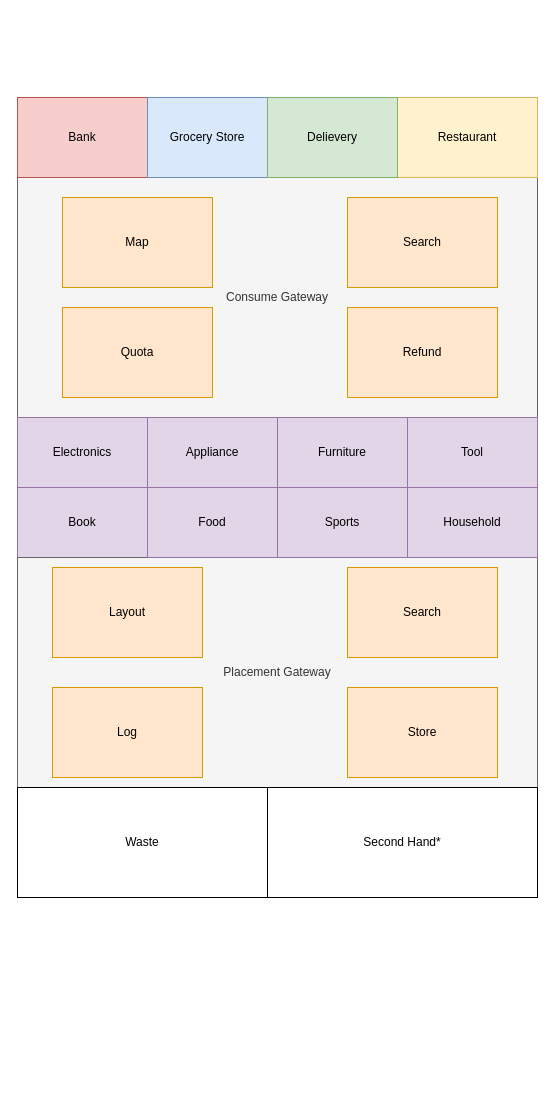
Above: gateway.drawio in LibraSkywalker/Gateway (draw.io), before the change. Source tidied: cells renumbered, new cells numbered last; positions are measured from the earlier drawing's top-left corner, leaving out a move shared by most shapes. Both pictures are drawn from the tidied source at 100%, with x=0, y=0 at pixel (17, 97).
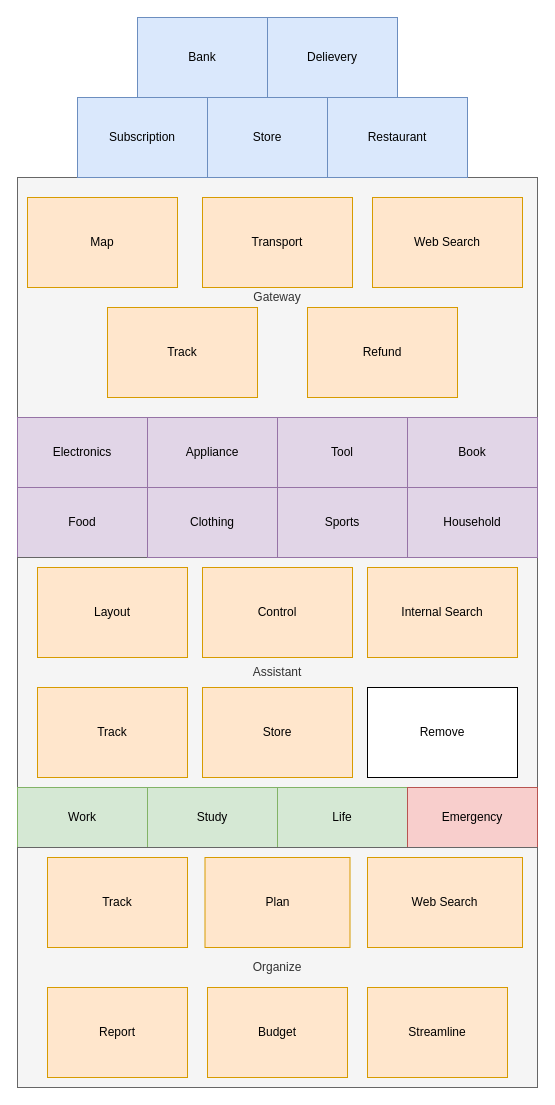
The same diagram, later.

Change to the diagram source:
```diff
@@
-    <mxCell id="2" value="Consume Gateway" style="rounded=0;whiteSpace=wrap;html=1;fillColor=#f5f5f5;fontColor=#333333;strokeColor=#666666;" parent="1" vertex="1">
+    <mxCell id="2" value="Gateway" style="rounded=0;whiteSpace=wrap;html=1;fillColor=#f5f5f5;fontColor=#333333;strokeColor=#666666;" parent="1" vertex="1">
       <mxGeometry y="80" width="520" height="240" as="geometry" />
     </mxCell>
-    <mxCell id="3" value="Bank" style="rounded=0;whiteSpace=wrap;html=1;fillColor=#f8cecc;strokeColor=#b85450;" parent="1" vertex="1">
-      <mxGeometry width="130" height="80" as="geometry" />
+    <mxCell id="3" value="Bank" style="rounded=0;whiteSpace=wrap;html=1;fillColor=#dae8fc;strokeColor=#6c8ebf;" parent="1" vertex="1">
+      <mxGeometry x="120" y="-80" width="130" height="80" as="geometry" />
     </mxCell>
-    <mxCell id="4" value="Grocery Store" style="rounded=0;whiteSpace=wrap;html=1;fillColor=#dae8fc;strokeColor=#6c8ebf;" parent="1" vertex="1">
-      <mxGeometry x="130" width="120" height="80" as="geometry" />
+    <mxCell id="4" value="Store" style="rounded=0;whiteSpace=wrap;html=1;fillColor=#dae8fc;strokeColor=#6c8ebf;" parent="1" vertex="1">
+      <mxGeometry x="190" width="120" height="80" as="geometry" />
     </mxCell>
-    <mxCell id="5" value="Restaurant" style="rounded=0;whiteSpace=wrap;html=1;fillColor=#fff2cc;strokeColor=#d6b656;" parent="1" vertex="1">
-      <mxGeometry x="380" width="140" height="80" as="geometry" />
+    <mxCell id="5" value="Restaurant" style="rounded=0;whiteSpace=wrap;html=1;fillColor=#dae8fc;strokeColor=#6c8ebf;" parent="1" vertex="1">
+      <mxGeometry x="310" width="140" height="80" as="geometry" />
     </mxCell>
@@
     <mxCell id="7" value="Map" style="rounded=0;whiteSpace=wrap;html=1;fillColor=#ffe6cc;strokeColor=#d79b00;" parent="1" vertex="1">
-      <mxGeometry x="45" y="100" width="150" height="90" as="geometry" />
+      <mxGeometry x="10" y="100" width="150" height="90" as="geometry" />
     </mxCell>
-    <mxCell id="8" value="Furniture" style="rounded=0;whiteSpace=wrap;html=1;fillColor=#e1d5e7;strokeColor=#9673a6;" parent="1" vertex="1">
+    <mxCell id="8" value="Tool" style="rounded=0;whiteSpace=wrap;html=1;fillColor=#e1d5e7;strokeColor=#9673a6;" parent="1" vertex="1">
       <mxGeometry x="260" y="320" width="130" height="70" as="geometry" />
     </mxCell>
@@
-    <mxCell id="10" value="Quota" style="rounded=0;whiteSpace=wrap;html=1;fillColor=#ffe6cc;strokeColor=#d79b00;" parent="1" vertex="1">
-      <mxGeometry x="45" y="210" width="150" height="90" as="geometry" />
+    <mxCell id="10" value="Track" style="rounded=0;whiteSpace=wrap;html=1;fillColor=#ffe6cc;strokeColor=#d79b00;" parent="1" vertex="1">
+      <mxGeometry x="90" y="210" width="150" height="90" as="geometry" />
     </mxCell>
-    <mxCell id="11" value="Book" style="rounded=0;whiteSpace=wrap;html=1;fillColor=#e1d5e7;strokeColor=#9673a6;" parent="1" vertex="1">
+    <mxCell id="11" value="Food" style="rounded=0;whiteSpace=wrap;html=1;fillColor=#e1d5e7;strokeColor=#9673a6;" parent="1" vertex="1">
       <mxGeometry y="390" width="130" height="70" as="geometry" />
     </mxCell>
-    <mxCell id="12" value="Placement Gateway" style="rounded=0;whiteSpace=wrap;html=1;fillColor=#f5f5f5;fontColor=#333333;strokeColor=#666666;" parent="1" vertex="1">
+    <mxCell id="12" value="Assistant" style="rounded=0;whiteSpace=wrap;html=1;fillColor=#f5f5f5;fontColor=#333333;strokeColor=#666666;" parent="1" vertex="1">
       <mxGeometry y="460" width="520" height="230" as="geometry" />
     </mxCell>
-    <mxCell id="13" value="Food" style="rounded=0;whiteSpace=wrap;html=1;fillColor=#e1d5e7;strokeColor=#9673a6;" parent="1" vertex="1">
+    <mxCell id="13" value="Clothing" style="rounded=0;whiteSpace=wrap;html=1;fillColor=#e1d5e7;strokeColor=#9673a6;" parent="1" vertex="1">
       <mxGeometry x="130" y="390" width="130" height="70" as="geometry" />
     </mxCell>
-    <mxCell id="14" value="Search" style="rounded=0;whiteSpace=wrap;html=1;fillColor=#ffe6cc;strokeColor=#d79b00;" parent="1" vertex="1">
-      <mxGeometry x="330" y="100" width="150" height="90" as="geometry" />
+    <mxCell id="14" value="Web Search" style="rounded=0;whiteSpace=wrap;html=1;fillColor=#ffe6cc;strokeColor=#d79b00;" parent="1" vertex="1">
+      <mxGeometry x="355" y="100" width="150" height="90" as="geometry" />
     </mxCell>
     <mxCell id="15" value="Refund" style="rounded=0;whiteSpace=wrap;html=1;fillColor=#ffe6cc;strokeColor=#d79b00;" parent="1" vertex="1">
-      <mxGeometry x="330" y="210" width="150" height="90" as="geometry" />
+      <mxGeometry x="290" y="210" width="150" height="90" as="geometry" />
     </mxCell>
-    <mxCell id="16" value="Waste" style="rounded=0;whiteSpace=wrap;html=1;" parent="1" vertex="1">
-      <mxGeometry y="690" width="250" height="110" as="geometry" />
-    </mxCell>
-    <mxCell id="17" value="Second Hand*" style="rounded=0;whiteSpace=wrap;html=1;" parent="1" vertex="1">
-      <mxGeometry x="250" y="690" width="270" height="110" as="geometry" />
-    </mxCell>
-    <mxCell id="18" value="Tool" style="rounded=0;whiteSpace=wrap;html=1;fillColor=#e1d5e7;strokeColor=#9673a6;" parent="1" vertex="1">
+    <mxCell id="18" value="Book" style="rounded=0;whiteSpace=wrap;html=1;fillColor=#e1d5e7;strokeColor=#9673a6;" parent="1" vertex="1">
       <mxGeometry x="390" y="320" width="130" height="70" as="geometry" />
     </mxCell>
@@
-    <mxCell id="20" value="Search" style="rounded=0;whiteSpace=wrap;html=1;fillColor=#ffe6cc;strokeColor=#d79b00;" parent="1" vertex="1">
-      <mxGeometry x="330" y="470" width="150" height="90" as="geometry" />
+    <mxCell id="20" value="Internal Search" style="rounded=0;whiteSpace=wrap;html=1;fillColor=#ffe6cc;strokeColor=#d79b00;" parent="1" vertex="1">
+      <mxGeometry x="350" y="470" width="150" height="90" as="geometry" />
     </mxCell>
     <mxCell id="21" value="Store" style="rounded=0;whiteSpace=wrap;html=1;fillColor=#ffe6cc;strokeColor=#d79b00;" parent="1" vertex="1">
-      <mxGeometry x="330" y="590" width="150" height="90" as="geometry" />
+      <mxGeometry x="185" y="590" width="150" height="90" as="geometry" />
     </mxCell>
@@
     <mxCell id="23" value="Layout" style="rounded=0;whiteSpace=wrap;html=1;fillColor=#ffe6cc;strokeColor=#d79b00;" parent="1" vertex="1">
-      <mxGeometry x="35" y="470" width="150" height="90" as="geometry" />
+      <mxGeometry x="20" y="470" width="150" height="90" as="geometry" />
     </mxCell>
-    <mxCell id="24" value="Log" style="rounded=0;whiteSpace=wrap;html=1;fillColor=#ffe6cc;strokeColor=#d79b00;" parent="1" vertex="1">
-      <mxGeometry x="35" y="590" width="150" height="90" as="geometry" />
+    <mxCell id="24" value="Track" style="rounded=0;whiteSpace=wrap;html=1;fillColor=#ffe6cc;strokeColor=#d79b00;" parent="1" vertex="1">
+      <mxGeometry x="20" y="590" width="150" height="90" as="geometry" />
     </mxCell>
-    <mxCell id="25" value="Delievery" style="rounded=0;whiteSpace=wrap;html=1;fillColor=#d5e8d4;strokeColor=#82b366;" parent="1" vertex="1">
-      <mxGeometry x="250" width="130" height="80" as="geometry" />
+    <mxCell id="25" value="Delievery" style="rounded=0;whiteSpace=wrap;html=1;fillColor=#dae8fc;strokeColor=#6c8ebf;" parent="1" vertex="1">
+      <mxGeometry x="250" y="-80" width="130" height="80" as="geometry" />
     </mxCell>
+    <mxCell id="26" value="Control" style="rounded=0;whiteSpace=wrap;html=1;fillColor=#ffe6cc;strokeColor=#d79b00;" parent="1" vertex="1">
+      <mxGeometry x="185" y="470" width="150" height="90" as="geometry" />
+    </mxCell>
+    <mxCell id="27" value="Remove" style="rounded=0;whiteSpace=wrap;html=1;" parent="1" vertex="1">
+      <mxGeometry x="350" y="590" width="150" height="90" as="geometry" />
+    </mxCell>
+    <mxCell id="28" value="Work" style="rounded=0;whiteSpace=wrap;html=1;fillColor=#d5e8d4;strokeColor=#82b366;" parent="1" vertex="1">
+      <mxGeometry y="690" width="130" height="60" as="geometry" />
+    </mxCell>
+    <mxCell id="29" value="Life" style="rounded=0;whiteSpace=wrap;html=1;fillColor=#d5e8d4;strokeColor=#82b366;" parent="1" vertex="1">
+      <mxGeometry x="260" y="690" width="130" height="60" as="geometry" />
+    </mxCell>
+    <mxCell id="30" value="Study" style="rounded=0;whiteSpace=wrap;html=1;fillColor=#d5e8d4;strokeColor=#82b366;" parent="1" vertex="1">
+      <mxGeometry x="130" y="690" width="130" height="60" as="geometry" />
+    </mxCell>
+    <mxCell id="31" value="Emergency" style="rounded=0;whiteSpace=wrap;html=1;fillColor=#f8cecc;strokeColor=#b85450;" parent="1" vertex="1">
+      <mxGeometry x="390" y="690" width="130" height="60" as="geometry" />
+    </mxCell>
+    <mxCell id="32" value="Organize" style="rounded=0;whiteSpace=wrap;html=1;fillColor=#f5f5f5;fontColor=#333333;strokeColor=#666666;" parent="1" vertex="1">
+      <mxGeometry y="750" width="520" height="240" as="geometry" />
+    </mxCell>
+    <mxCell id="33" value="Budget" style="rounded=0;whiteSpace=wrap;html=1;fillColor=#ffe6cc;strokeColor=#d79b00;" parent="1" vertex="1">
+      <mxGeometry x="190" y="890" width="140" height="90" as="geometry" />
+    </mxCell>
+    <mxCell id="34" value="Track" style="rounded=0;whiteSpace=wrap;html=1;fillColor=#ffe6cc;strokeColor=#d79b00;" parent="1" vertex="1">
+      <mxGeometry x="30" y="760" width="140" height="90" as="geometry" />
+    </mxCell>
+    <mxCell id="35" value="Web Search" style="rounded=0;whiteSpace=wrap;html=1;fillColor=#ffe6cc;strokeColor=#d79b00;" parent="1" vertex="1">
+      <mxGeometry x="350" y="760" width="155" height="90" as="geometry" />
+    </mxCell>
+    <mxCell id="36" value="Transport" style="rounded=0;whiteSpace=wrap;html=1;fillColor=#ffe6cc;strokeColor=#d79b00;" parent="1" vertex="1">
+      <mxGeometry x="185" y="100" width="150" height="90" as="geometry" />
+    </mxCell>
+    <mxCell id="37" value="Plan" style="rounded=0;whiteSpace=wrap;html=1;fillColor=#ffe6cc;strokeColor=#d79b00;" parent="1" vertex="1">
+      <mxGeometry x="187.5" y="760" width="145" height="90" as="geometry" />
+    </mxCell>
+    <mxCell id="38" value="Streamline" style="rounded=0;whiteSpace=wrap;html=1;fillColor=#ffe6cc;strokeColor=#d79b00;" parent="1" vertex="1">
+      <mxGeometry x="350" y="890" width="140" height="90" as="geometry" />
+    </mxCell>
+    <mxCell id="39" value="Subscription" style="rounded=0;whiteSpace=wrap;html=1;fillColor=#dae8fc;strokeColor=#6c8ebf;" parent="1" vertex="1">
+      <mxGeometry x="60" width="130" height="80" as="geometry" />
+    </mxCell>
+    <mxCell id="40" value="Report" style="rounded=0;whiteSpace=wrap;html=1;fillColor=#ffe6cc;strokeColor=#d79b00;" parent="1" vertex="1">
+      <mxGeometry x="30" y="890" width="140" height="90" as="geometry" />
+    </mxCell>
```
